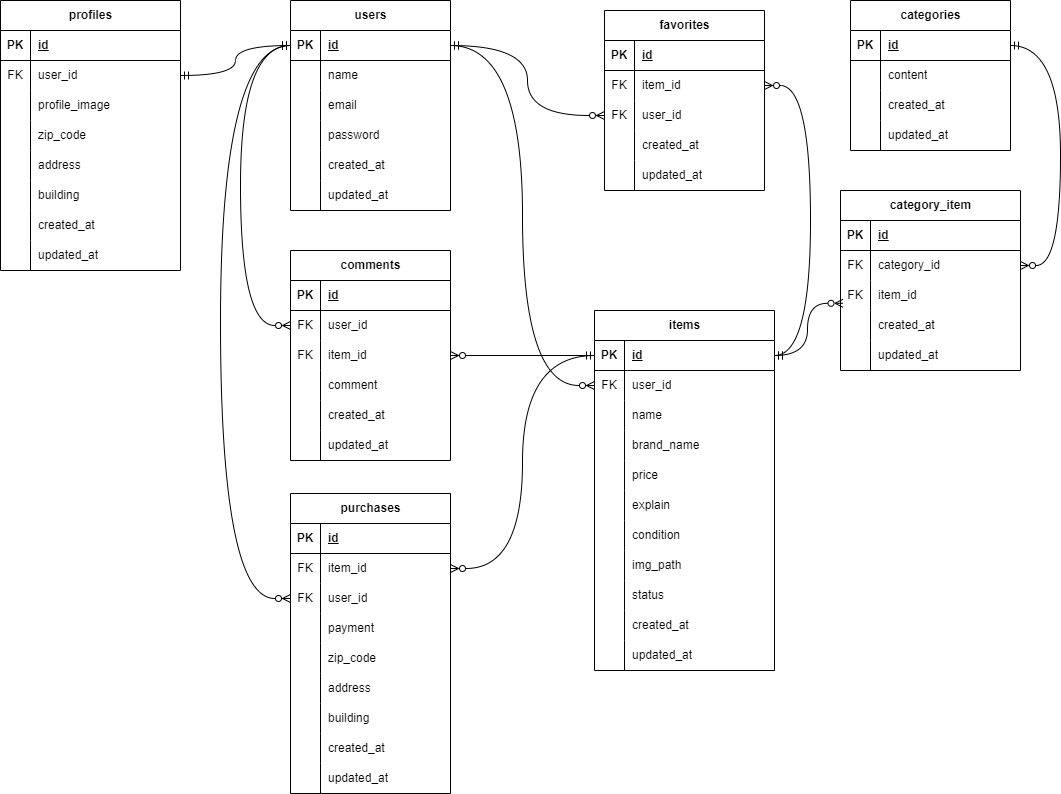
Earlier version of the draw.io export ER.png (torch29/matsumoto-mogikadai1). Source tidied: cells renumbered, new cells last; positions are measured from the earlier drawing's top-left corner, leaving out a move shared by most shapes.
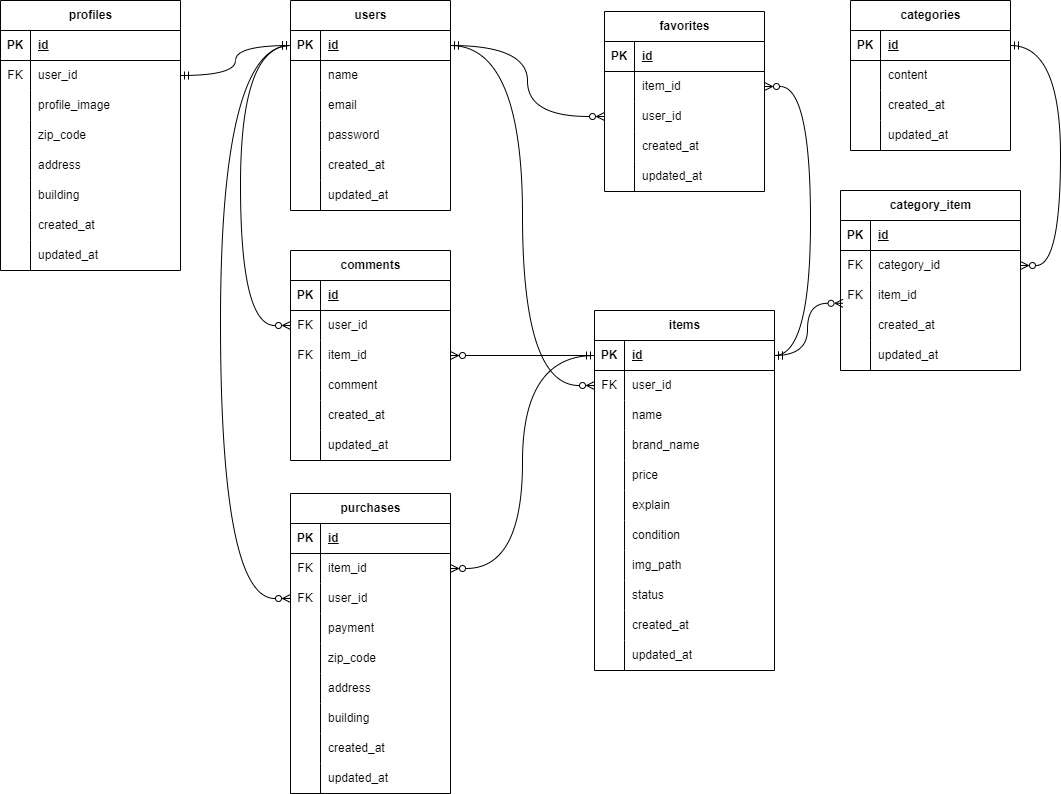
Later version of the same file.

Diff of the diagram source:
```diff
@@ -363,7 +363,7 @@
       <mxGeometry relative="1" as="geometry" />
     </mxCell>
     <mxCell id="122" value="favorites" style="shape=table;startSize=30;rowLines=0;fontStyle=1;align=center;html=1;" parent="1" vertex="1">
-      <mxGeometry x="604" y="10" width="160" height="180" as="geometry" />
+      <mxGeometry x="604" y="11" width="160" height="180" as="geometry" />
     </mxCell>
     <mxCell id="123" style="shape=tableRow;horizontal=0;startSize=0;swimlaneHead=0;swimlaneBody=0;fillColor=none;points=[[0,0.5],[1,0.5]];portConstraint=eastwest;top=0;left=0;right=0;bottom=1;" parent="122" vertex="1">
       <mxGeometry y="30" width="160" height="30" as="geometry" />
@@ -377,18 +377,18 @@
     <mxCell id="126" style="shape=tableRow;horizontal=0;startSize=0;swimlaneHead=0;swimlaneBody=0;fillColor=none;points=[[0,0.5],[1,0.5]];portConstraint=eastwest;top=0;left=0;right=0;bottom=0;" parent="122" vertex="1">
       <mxGeometry y="60" width="160" height="30" as="geometry" />
     </mxCell>
-    <mxCell id="127" value="FK" style="shape=partialRectangle;fillColor=none;top=0;left=0;bottom=0;right=0;overflow=hidden;whiteSpace=wrap;html=1;" parent="126" vertex="1">
-      <mxGeometry width="30" height="30" as="geometry" />
-    </mxCell>
+    <mxCell id="183" style="shape=partialRectangle;fillColor=none;top=0;left=0;bottom=0;right=0;overflow=hidden;whiteSpace=wrap;html=1;" parent="126" vertex="1">
+      <mxGeometry width="30" height="30" as="geometry" />
+    </mxCell>
     <mxCell id="128" value="item_id" style="shape=partialRectangle;fillColor=none;top=0;left=0;bottom=0;right=0;align=left;spacingLeft=6;overflow=hidden;whiteSpace=wrap;html=1;" parent="126" vertex="1">
       <mxGeometry x="30" width="130" height="30" as="geometry" />
     </mxCell>
     <mxCell id="129" style="shape=tableRow;horizontal=0;startSize=0;swimlaneHead=0;swimlaneBody=0;fillColor=none;points=[[0,0.5],[1,0.5]];portConstraint=eastwest;top=0;left=0;right=0;bottom=0;" parent="122" vertex="1">
       <mxGeometry y="90" width="160" height="30" as="geometry" />
     </mxCell>
-    <mxCell id="130" value="FK" style="shape=partialRectangle;fillColor=none;top=0;left=0;bottom=0;right=0;overflow=hidden;whiteSpace=wrap;html=1;" parent="129" vertex="1">
-      <mxGeometry width="30" height="30" as="geometry" />
-    </mxCell>
+    <mxCell id="184" style="shape=partialRectangle;fillColor=none;top=0;left=0;bottom=0;right=0;overflow=hidden;whiteSpace=wrap;html=1;" parent="129" vertex="1">
+      <mxGeometry width="30" height="30" as="geometry" />
+    </mxCell>
     <mxCell id="131" value="user_id" style="shape=partialRectangle;fillColor=none;top=0;left=0;bottom=0;right=0;align=left;spacingLeft=6;overflow=hidden;whiteSpace=wrap;html=1;" parent="129" vertex="1">
       <mxGeometry x="30" width="130" height="30" as="geometry" />
     </mxCell>
@@ -539,7 +539,7 @@
     <mxCell id="178" style="edgeStyle=orthogonalEdgeStyle;html=1;exitX=0;exitY=0.5;exitDx=0;exitDy=0;entryX=1;entryY=0.5;entryDx=0;entryDy=0;curved=1;startArrow=ERmandOne;startFill=0;endArrow=ERmandOne;endFill=0;" parent="1" edge="1" source="3" target="25">
       <mxGeometry relative="1" as="geometry" />
     </mxCell>
-    <mxCell id="179" style="edgeStyle=orthogonalEdgeStyle;html=1;exitX=1;exitY=0.5;exitDx=0;exitDy=0;entryX=0;entryY=0.5;entryDx=0;entryDy=0;curved=1;startArrow=ERmandOne;startFill=0;endArrow=ERzeroToMany;endFill=0;" parent="1" edge="1" source="3" target="129">
+    <mxCell id="179" style="edgeStyle=orthogonalEdgeStyle;html=1;exitX=1;exitY=0.5;exitDx=0;exitDy=0;entryX=0;entryY=0.5;entryDx=0;entryDy=0;curved=1;startArrow=ERmandOne;startFill=0;endArrow=ERzeroToMany;endFill=0;" parent="1" edge="1" source="3">
       <mxGeometry relative="1" as="geometry" />
     </mxCell>
     <mxCell id="180" style="edgeStyle=orthogonalEdgeStyle;html=1;exitX=1;exitY=0.5;exitDx=0;exitDy=0;entryX=1;entryY=0.5;entryDx=0;entryDy=0;curved=1;startArrow=ERmandOne;startFill=0;endArrow=ERzeroToMany;endFill=0;" parent="1" edge="1" source="109" target="164">
@@ -550,7 +550,7 @@
         </Array>
       </mxGeometry>
     </mxCell>
-    <mxCell id="181" style="edgeStyle=orthogonalEdgeStyle;html=1;exitX=1;exitY=0.5;exitDx=0;exitDy=0;entryX=1;entryY=0.5;entryDx=0;entryDy=0;curved=1;endArrow=ERzeroToMany;endFill=0;startArrow=ERmandOne;startFill=0;" parent="1" edge="1" source="47" target="126">
+    <mxCell id="181" style="edgeStyle=orthogonalEdgeStyle;html=1;exitX=1;exitY=0.5;exitDx=0;exitDy=0;entryX=1;entryY=0.5;entryDx=0;entryDy=0;curved=1;endArrow=ERzeroToMany;endFill=0;startArrow=ERmandOne;startFill=0;" parent="1" edge="1" source="47">
       <mxGeometry relative="1" as="geometry">
         <Array as="points">
           <mxPoint x="810" y="355" />
@@ -566,5 +566,19 @@
         </Array>
       </mxGeometry>
     </mxCell>
+    <mxCell id="185" style="edgeStyle=orthogonalEdgeStyle;html=1;exitX=1;exitY=0.5;exitDx=0;exitDy=0;entryX=0;entryY=0.5;entryDx=0;entryDy=0;curved=1;startArrow=ERmandOne;startFill=0;endArrow=ERzeroToMany;endFill=0;" parent="1" edge="1" source="3" target="x">
+      <mxGeometry relative="1" as="geometry" />
+    </mxCell>
+    <mxCell id="186" style="edgeStyle=orthogonalEdgeStyle;html=1;exitX=1;exitY=0.5;exitDx=0;exitDy=0;entryX=1;entryY=0.5;entryDx=0;entryDy=0;curved=1;startArrow=ERmandOne;startFill=0;endArrow=ERzeroToMany;endFill=0;" parent="1" edge="1" source="47" target="126">
+      <mxGeometry relative="1" as="geometry">
+        <Array as="points">
+          <mxPoint x="810" y="355" />
+          <mxPoint x="810" y="86" />
+        </Array>
+      </mxGeometry>
+    </mxCell>
+    <mxCell id="187" style="edgeStyle=orthogonalEdgeStyle;html=1;exitX=1;exitY=0.5;exitDx=0;exitDy=0;entryX=0;entryY=0.5;entryDx=0;entryDy=0;curved=1;startArrow=ERmandOne;startFill=0;endArrow=ERzeroToMany;endFill=0;" parent="1" edge="1" source="3" target="129">
+      <mxGeometry relative="1" as="geometry" />
+    </mxCell>
   </root>
 </mxGraphModel>
```
